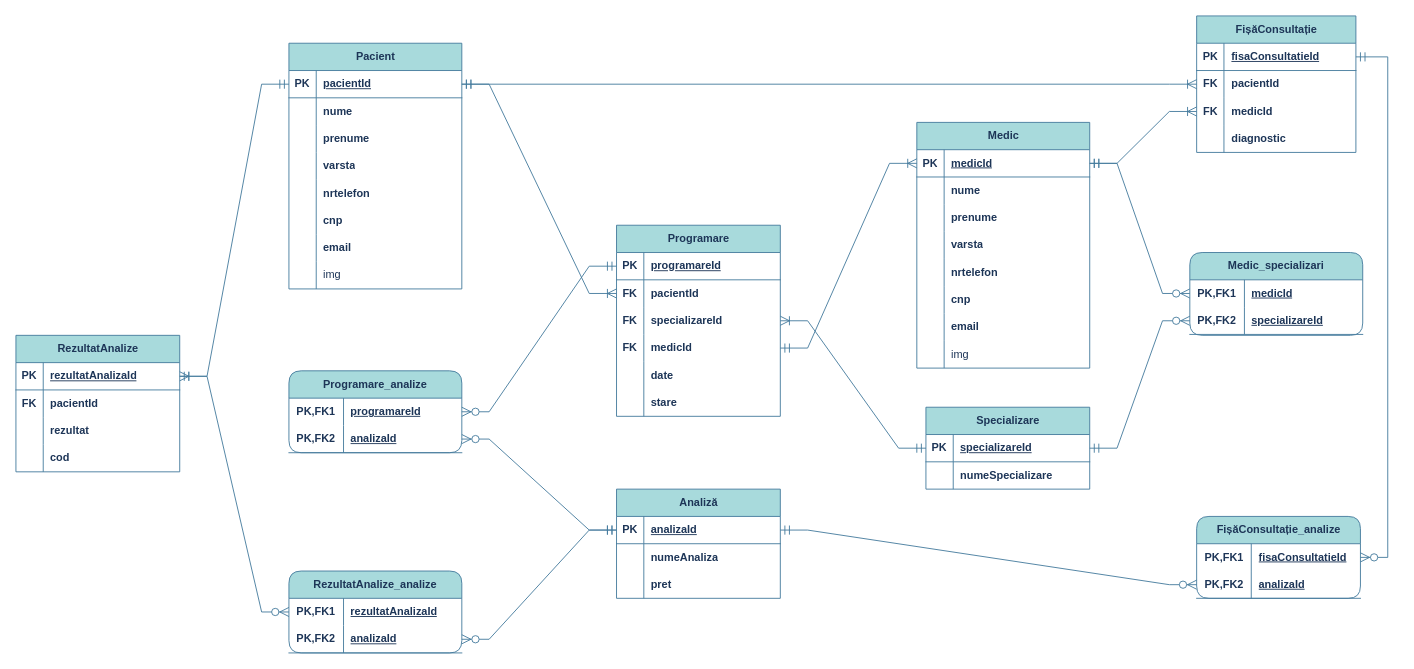
Before: resources/ERDpoliclinica.drawio in cristibadea777/policlinica, a draw.io diagram. Source tidied: cells renumbered, new cells numbered last; positions are measured from the earlier drawing's top-left corner, leaving out a move shared by most shapes. Both pictures are drawn from the tidied source at 91%, with x=0, y=0 at pixel (15, 15).
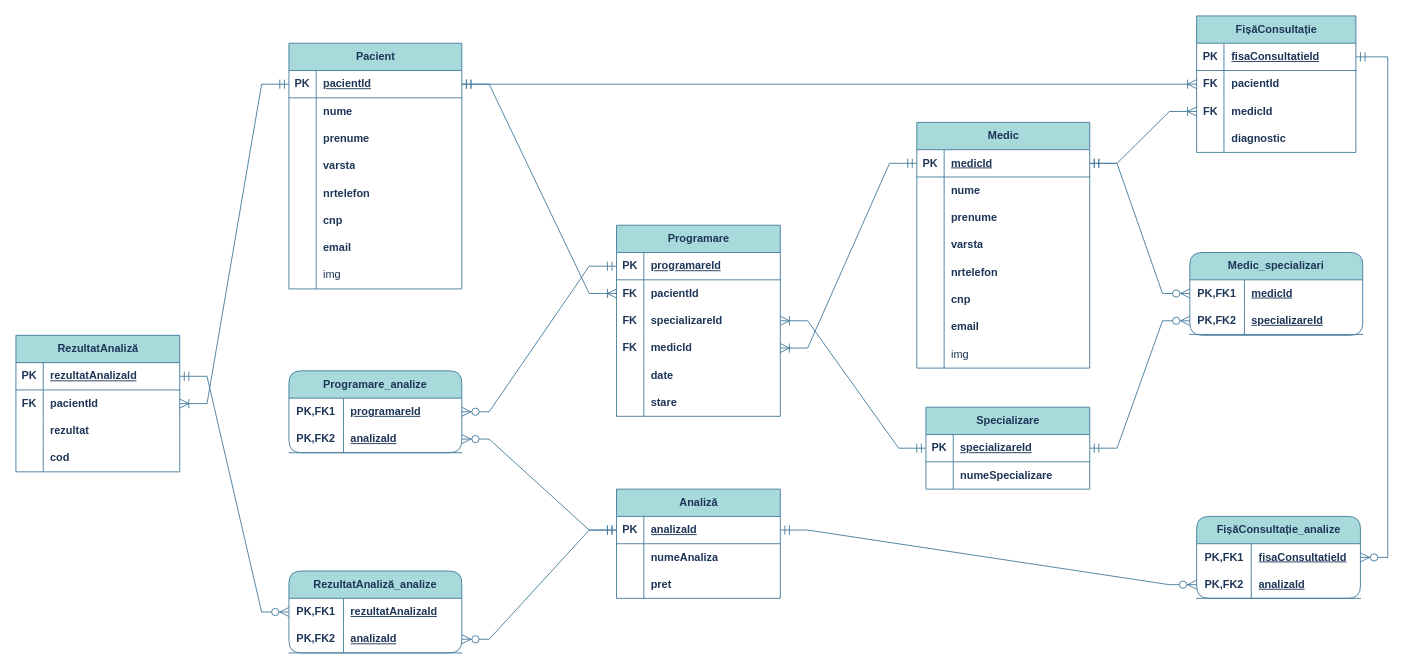
The same page after the edit.

Commit message (it also covers changes not shown here):
diagrama si script sql creare BD

The change refers to these unchanged cells:
```xml
<mxCell id="3" style="shape=tableRow;horizontal=0;startSize=0;swimlaneHead=0;swimlaneBody=0;fillColor=none;points=[[0,0.5],[1,0.5]];portConstraint=eastwest;top=0;left=0;right=0;bottom=1;labelBackgroundColor=none;strokeColor=#457B9D;fontColor=#1D3557;" parent="2" vertex="1">
  <mxGeometry y="30" width="190" height="30" as="geometry" />
</mxCell>
<mxCell id="28" style="shape=tableRow;horizontal=0;startSize=0;swimlaneHead=0;swimlaneBody=0;fillColor=none;points=[[0,0.5],[1,0.5]];portConstraint=eastwest;top=0;left=0;right=0;bottom=1;labelBackgroundColor=none;strokeColor=#457B9D;fontColor=#1D3557;" parent="27" vertex="1">
  <mxGeometry y="30" width="190" height="30" as="geometry" />
</mxCell>
<mxCell id="75" style="shape=tableRow;horizontal=0;startSize=0;swimlaneHead=0;swimlaneBody=0;fillColor=none;points=[[0,0.5],[1,0.5]];portConstraint=eastwest;top=0;left=0;right=0;bottom=0;labelBackgroundColor=none;strokeColor=#457B9D;fontColor=#1D3557;" parent="65" vertex="1">
  <mxGeometry y="120" width="180" height="30" as="geometry" />
</mxCell>
<mxCell id="85" style="shape=tableRow;horizontal=0;startSize=0;swimlaneHead=0;swimlaneBody=0;fillColor=none;points=[[0,0.5],[1,0.5]];portConstraint=eastwest;top=0;left=0;right=0;bottom=1;labelBackgroundColor=none;strokeColor=#457B9D;fontColor=#1D3557;" parent="84" vertex="1">
  <mxGeometry y="30" width="180" height="30" as="geometry" />
</mxCell>
<mxCell id="88" style="shape=tableRow;horizontal=0;startSize=0;swimlaneHead=0;swimlaneBody=0;fillColor=none;points=[[0,0.5],[1,0.5]];portConstraint=eastwest;top=0;left=0;right=0;bottom=0;labelBackgroundColor=none;strokeColor=#457B9D;fontColor=#1D3557;" parent="84" vertex="1">
  <mxGeometry y="60" width="180" height="30" as="geometry" />
</mxCell>
```

The edit, as a diff of the source:
```diff
@@
-    <mxCell id="84" value="RezultatAnalize" style="shape=table;startSize=30;childLayout=tableLayout;rowLines=0;fontStyle=1;align=center;html=1;labelBackgroundColor=none;fillColor=#A8DADC;strokeColor=#457B9D;fontColor=#1D3557;" parent="1" vertex="1">
+    <mxCell id="84" value="RezultatAnaliză" style="shape=table;startSize=30;childLayout=tableLayout;rowLines=0;fontStyle=1;align=center;html=1;labelBackgroundColor=none;fillColor=#A8DADC;strokeColor=#457B9D;fontColor=#1D3557;" parent="1" vertex="1">
       <mxGeometry y="351" width="180" height="150" as="geometry" />
     </mxCell>
@@
-    <mxCell id="125" value="RezultatAnalize_analize" style="shape=table;startSize=30;childLayout=tableLayout;rowLines=0;fontStyle=1;align=center;html=1;whiteSpace=wrap;labelBackgroundColor=none;fillColor=#A8DADC;strokeColor=#457B9D;fontColor=#1D3557;rounded=1;" parent="1" vertex="1">
+    <mxCell id="125" value="RezultatAnaliză_analize" style="shape=table;startSize=30;childLayout=tableLayout;rowLines=0;fontStyle=1;align=center;html=1;whiteSpace=wrap;labelBackgroundColor=none;fillColor=#A8DADC;strokeColor=#457B9D;fontColor=#1D3557;rounded=1;" parent="1" vertex="1">
       <mxGeometry x="300" y="610" width="190" height="90" as="geometry" />
     </mxCell>
@@
-    <mxCell id="143" style="edgeStyle=entityRelationEdgeStyle;fontSize=12;html=1;endArrow=ERoneToMany;startArrow=ERmandOne;rounded=0;endSize=8;startSize=8;labelBackgroundColor=none;strokeColor=#457B9D;fontColor=default;" parent="1" edge="1" source="75" target="28">
+    <mxCell id="143" style="edgeStyle=entityRelationEdgeStyle;fontSize=12;html=1;endArrow=ERoneToMany;startArrow=ERmandOne;rounded=0;endSize=8;startSize=8;labelBackgroundColor=none;strokeColor=#457B9D;fontColor=default;entryX=1;entryY=0.5;entryDx=0;entryDy=0;" parent="1" edge="1" source="28" target="75">
       <mxGeometry relative="1" as="geometry" />
     </mxCell>
-    <mxCell id="144" style="edgeStyle=entityRelationEdgeStyle;fontSize=12;html=1;endArrow=ERoneToMany;startArrow=ERmandOne;rounded=0;endSize=8;startSize=8;labelBackgroundColor=none;strokeColor=#457B9D;fontColor=default;" parent="1" edge="1" source="3" target="85">
+    <mxCell id="144" style="edgeStyle=entityRelationEdgeStyle;fontSize=12;html=1;endArrow=ERoneToMany;startArrow=ERmandOne;rounded=0;endSize=8;startSize=8;labelBackgroundColor=none;strokeColor=#457B9D;fontColor=default;" parent="1" edge="1" source="3" target="88">
       <mxGeometry relative="1" as="geometry" />
     </mxCell>
```
